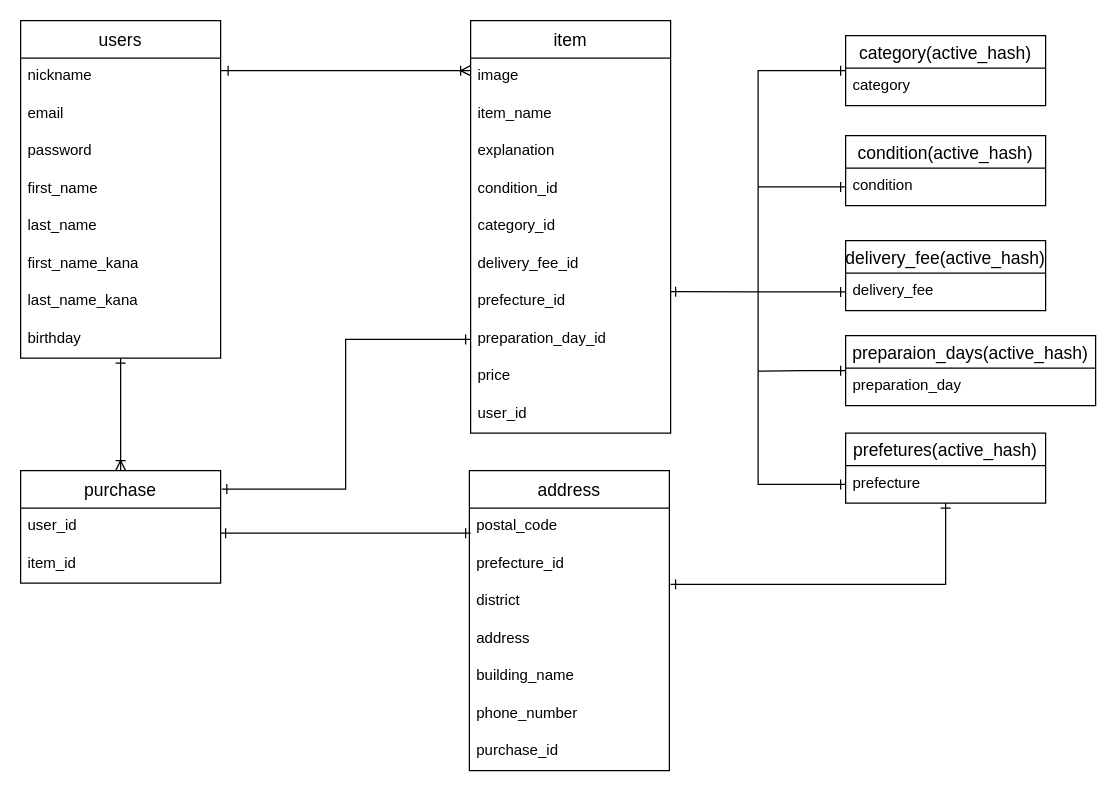
Before: database.dio in GitHayato/furima-31913, a draw.io diagram. Source tidied: cells renumbered, new cells numbered last; positions are measured from the earlier drawing's top-left corner, leaving out a move shared by most shapes. Both pictures are drawn from the tidied source at 125%, with x=0, y=0 at pixel (20, 20).
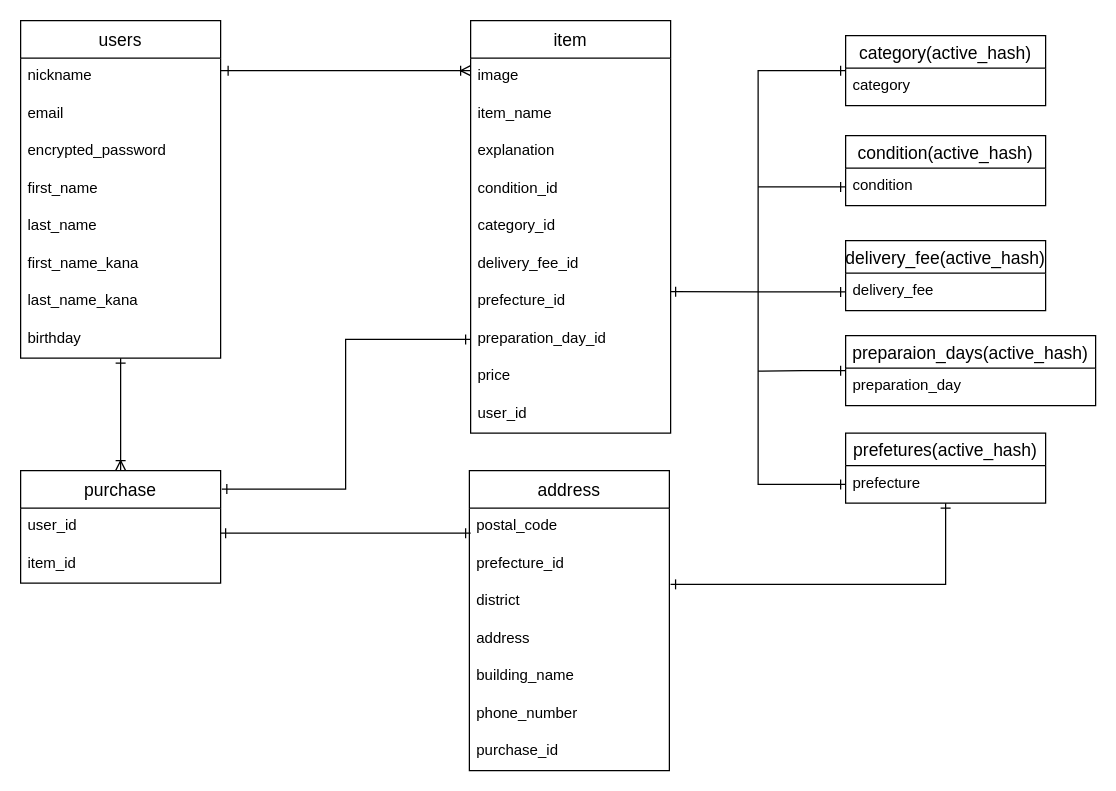
The same diagram, later.

The change refers to these unchanged cells:
```xml
<mxCell id="3" value="users" style="swimlane;fontStyle=0;horizontal=1;startSize=30;align=center;fontSize=14;verticalAlign=middle;" parent="1" vertex="1">
  <mxGeometry width="160" height="270" as="geometry" />
</mxCell>
```

Diff of the diagram source:
```diff
@@
-    <mxCell id="6" value="password" style="text;strokeColor=none;fillColor=none;spacingLeft=4;spacingRight=4;overflow=hidden;fontSize=12;" parent="3" vertex="1">
+    <mxCell id="6" value="encrypted_password" style="text;strokeColor=none;fillColor=none;spacingLeft=4;spacingRight=4;overflow=hidden;fontSize=12;" parent="3" vertex="1">
       <mxGeometry y="90" width="160" height="30" as="geometry" />
     </mxCell>
```
